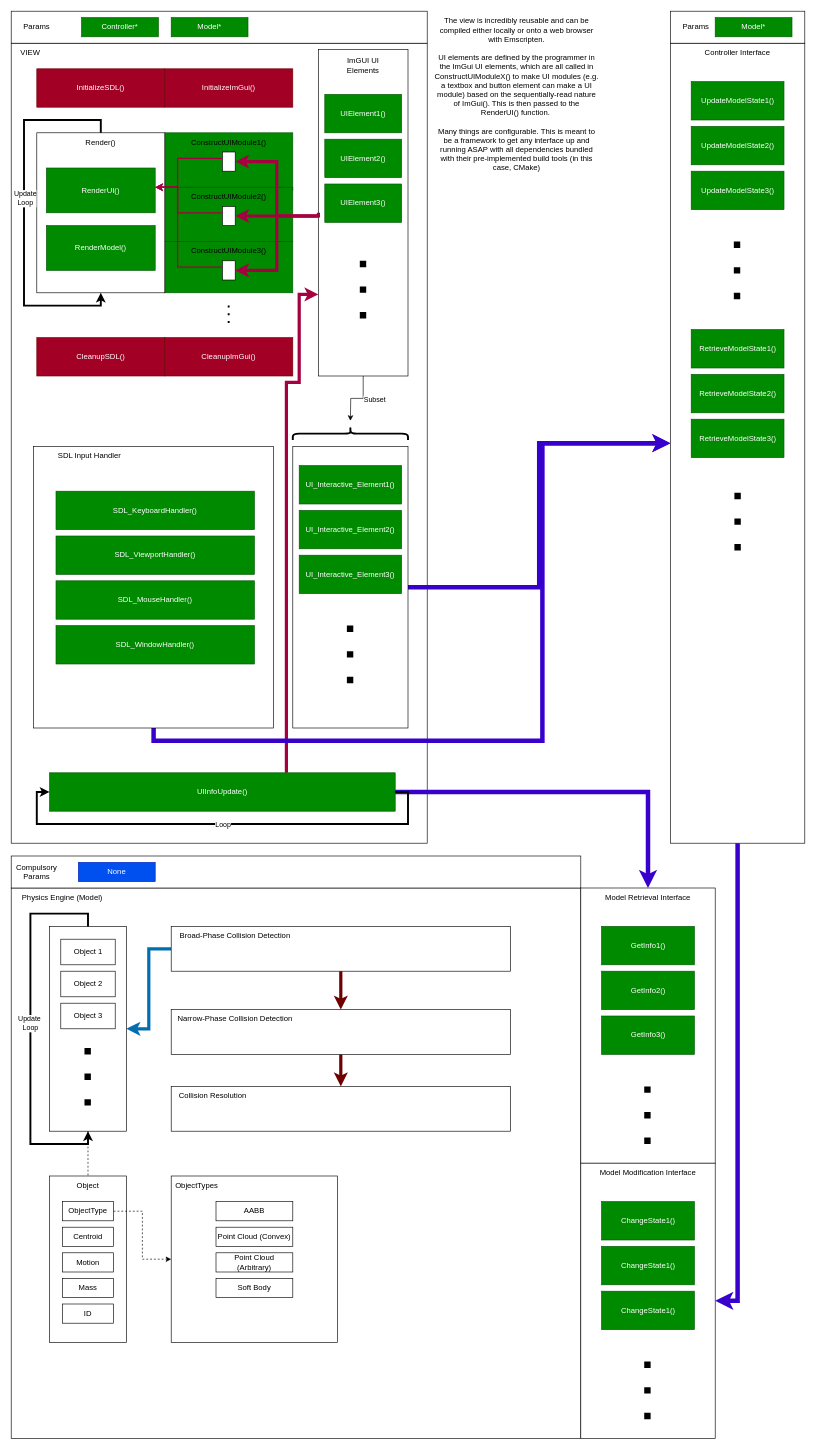
Before: documentation/Architectural Diagrams/MVC Overall Architecture.drawio in Argyraspides/Telos, a draw.io diagram. Source tidied: cells renumbered, new cells numbered last; positions are measured from the earlier drawing's top-left corner, leaving out a move shared by most shapes. Both pictures are drawn from the tidied source at 64%, with x=0, y=0 at pixel (11, 11).
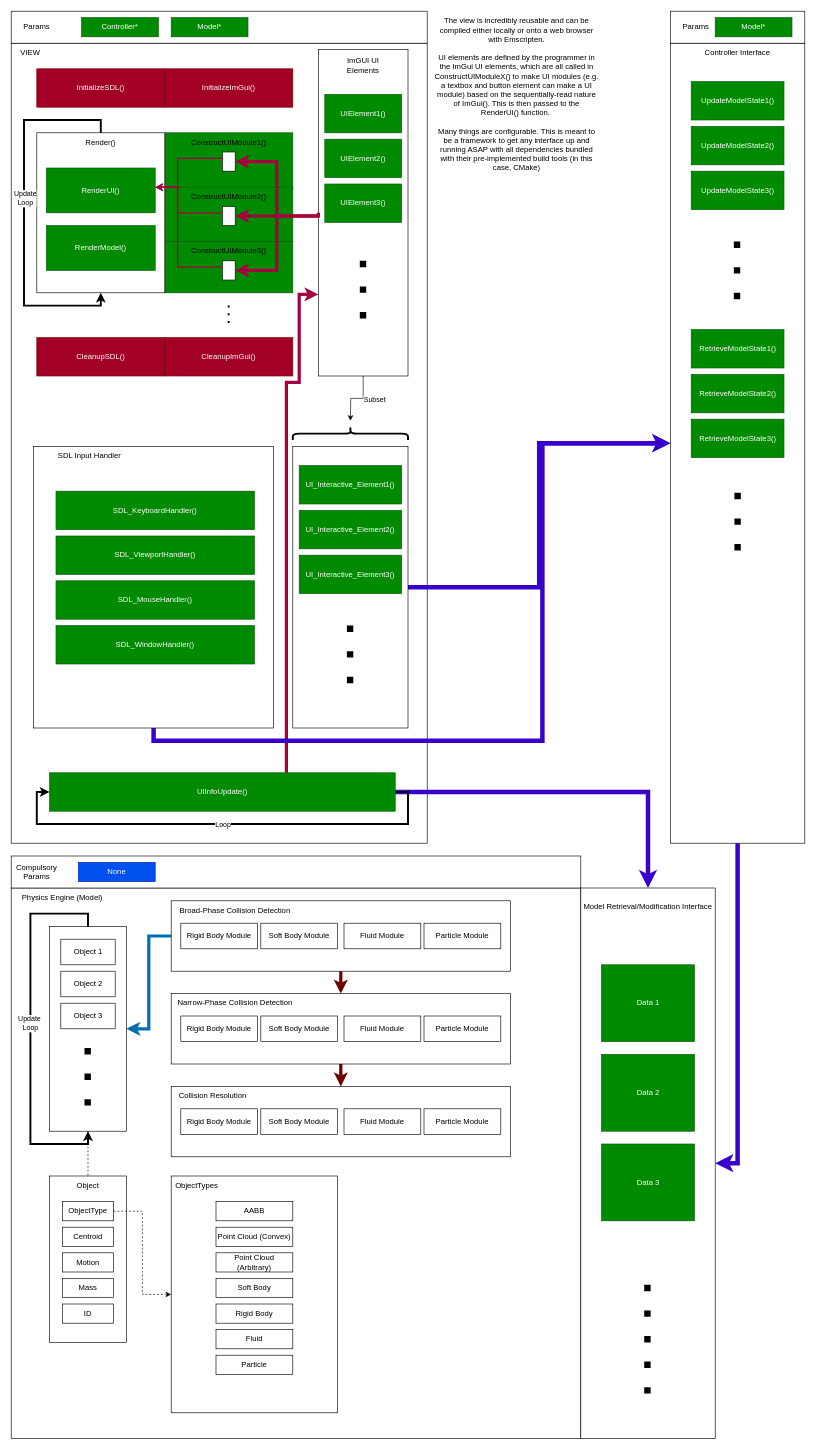
The same diagram, later.

Commit message (it also covers changes not shown here):
Modified engine architecture diagram

The change refers to these unchanged cells:
```xml
<mxCell id="49" style="rounded=0;whiteSpace=wrap;html=1;" parent="48" vertex="1">
  <mxGeometry width="210" height="1250" as="geometry" />
</mxCell>
```

Diff of the diagram source:
```diff
@@
-    <mxCell id="65" style="edgeStyle=orthogonalEdgeStyle;rounded=0;jettySize=auto;html=1;exitX=0.5;exitY=1;exitDx=0;exitDy=0;entryX=1;entryY=0.5;entryDx=0;entryDy=0;strokeWidth=7;fillColor=#6a00ff;strokeColor=#3700CC;" parent="1" edge="1" source="49" target="79">
-      <mxGeometry relative="1" as="geometry" />
-    </mxCell>
@@
     <mxCell id="71" style="group;" parent="1" vertex="1">
-      <mxGeometry x="890" y="1370" width="210" height="430" as="geometry" />
+      <mxGeometry x="890" y="1370" width="210" height="860" as="geometry" />
     </mxCell>
     <mxCell id="72" style="rounded=0;whiteSpace=wrap;html=1;" parent="71" vertex="1">
-      <mxGeometry width="210" height="430" as="geometry" />
+      <mxGeometry width="210" height="860" as="geometry" />
     </mxCell>
-    <mxCell id="73" value="Model Retrieval Interface" style="text;html=1;strokeColor=none;fillColor=none;align=center;verticalAlign=middle;whiteSpace=wrap;rounded=0;" parent="71" vertex="1">
-      <mxGeometry width="210" height="30" as="geometry" />
+    <mxCell id="73" value="Model Retrieval/Modification Interface" style="text;html=1;strokeColor=none;fillColor=none;align=center;verticalAlign=middle;whiteSpace=wrap;rounded=0;" parent="71" vertex="1">
+      <mxGeometry width="210" height="60" as="geometry" />
     </mxCell>
-    <mxCell id="74" value="GetInfo1()" style="rounded=0;whiteSpace=wrap;html=1;fillColor=#008a00;fontColor=#ffffff;strokeColor=#005700;" parent="71" vertex="1">
-      <mxGeometry x="32.5" y="60" width="145" height="60" as="geometry" />
+    <mxCell id="74" value="Data 1" style="rounded=0;whiteSpace=wrap;html=1;fillColor=#008a00;fontColor=#ffffff;strokeColor=#005700;" parent="71" vertex="1">
+      <mxGeometry x="32.5" y="120" width="145" height="120" as="geometry" />
     </mxCell>
     <mxCell id="75" style="endArrow=none;dashed=1;html=1;dashPattern=1 3;strokeWidth=10;rounded=0;" parent="71" edge="1">
       <mxGeometry relative="1" as="geometry">
-        <mxPoint x="104.1" y="310" as="sourcePoint" />
-        <mxPoint x="104.1" y="410" as="targetPoint" />
+        <mxPoint x="104.1" y="620" as="sourcePoint" />
+        <mxPoint x="104.1" y="820" as="targetPoint" />
       </mxGeometry>
     </mxCell>
-    <mxCell id="76" value="GetInfo2()" style="rounded=0;whiteSpace=wrap;html=1;fillColor=#008a00;fontColor=#ffffff;strokeColor=#005700;" parent="71" vertex="1">
-      <mxGeometry x="32.5" y="130" width="145" height="60" as="geometry" />
+    <mxCell id="76" value="Data 2" style="rounded=0;whiteSpace=wrap;html=1;fillColor=#008a00;fontColor=#ffffff;strokeColor=#005700;" parent="71" vertex="1">
+      <mxGeometry x="32.5" y="260" width="145" height="120" as="geometry" />
     </mxCell>
-    <mxCell id="77" value="GetInfo3()" style="rounded=0;whiteSpace=wrap;html=1;fillColor=#008a00;fontColor=#ffffff;strokeColor=#005700;" parent="71" vertex="1">
-      <mxGeometry x="32.5" y="200" width="145" height="60" as="geometry" />
+    <mxCell id="77" value="Data 3" style="rounded=0;whiteSpace=wrap;html=1;fillColor=#008a00;fontColor=#ffffff;strokeColor=#005700;" parent="71" vertex="1">
+      <mxGeometry x="32.5" y="400" width="145" height="120" as="geometry" />
     </mxCell>
-    <mxCell id="78" style="group;" parent="1" vertex="1">
-      <mxGeometry x="890" y="1800" width="210" height="430" as="geometry" />
-    </mxCell>
-    <mxCell id="79" style="rounded=0;whiteSpace=wrap;html=1;" parent="78" vertex="1">
-      <mxGeometry width="210" height="430" as="geometry" />
-    </mxCell>
-    <mxCell id="80" value="Model Modification Interface" style="text;html=1;strokeColor=none;fillColor=none;align=center;verticalAlign=middle;whiteSpace=wrap;rounded=0;" parent="78" vertex="1">
-      <mxGeometry width="210" height="30" as="geometry" />
-    </mxCell>
-    <mxCell id="81" value="ChangeState1()" style="rounded=0;whiteSpace=wrap;html=1;fillColor=#008a00;fontColor=#ffffff;strokeColor=#005700;" parent="78" vertex="1">
-      <mxGeometry x="32.5" y="60" width="145" height="60" as="geometry" />
-    </mxCell>
-    <mxCell id="82" style="endArrow=none;dashed=1;html=1;dashPattern=1 3;strokeWidth=10;rounded=0;" parent="78" edge="1">
-      <mxGeometry relative="1" as="geometry">
-        <mxPoint x="104.1" y="310" as="sourcePoint" />
-        <mxPoint x="104.1" y="410" as="targetPoint" />
-      </mxGeometry>
-    </mxCell>
-    <mxCell id="83" value="ChangeState1()" style="rounded=0;whiteSpace=wrap;html=1;fillColor=#008a00;fontColor=#ffffff;strokeColor=#005700;" parent="78" vertex="1">
-      <mxGeometry x="32.5" y="130" width="145" height="60" as="geometry" />
-    </mxCell>
-    <mxCell id="84" value="ChangeState1()" style="rounded=0;whiteSpace=wrap;html=1;fillColor=#008a00;fontColor=#ffffff;strokeColor=#005700;" parent="78" vertex="1">
-      <mxGeometry x="32.5" y="200" width="145" height="60" as="geometry" />
-    </mxCell>
@@
     <mxCell id="87" style="rounded=0;whiteSpace=wrap;html=1;" parent="1" vertex="1">
-      <mxGeometry x="250" y="1430" width="530" height="70" as="geometry" />
+      <mxGeometry x="250" y="1390" width="530" height="110" as="geometry" />
     </mxCell>
     <mxCell id="88" value="Broad-Phase Collision Detection" style="text;html=1;strokeColor=none;fillColor=none;align=center;verticalAlign=middle;whiteSpace=wrap;rounded=0;" parent="1" vertex="1">
-      <mxGeometry x="250" y="1430" width="200" height="30" as="geometry" />
+      <mxGeometry x="250" y="1390" width="200" height="30" as="geometry" />
     </mxCell>
@@
     <mxCell id="90" style="rounded=0;whiteSpace=wrap;html=1;" parent="1" vertex="1">
-      <mxGeometry x="250" y="1560" width="530" height="70" as="geometry" />
+      <mxGeometry x="250" y="1535" width="530" height="110" as="geometry" />
     </mxCell>
     <mxCell id="91" value="Narrow-Phase Collision Detection" style="text;html=1;strokeColor=none;fillColor=none;align=center;verticalAlign=middle;whiteSpace=wrap;rounded=0;" parent="1" vertex="1">
-      <mxGeometry x="250" y="1560" width="200" height="30" as="geometry" />
+      <mxGeometry x="250" y="1535" width="200" height="30" as="geometry" />
     </mxCell>
@@
     <mxCell id="108" style="rounded=0;whiteSpace=wrap;html=1;" parent="1" vertex="1">
-      <mxGeometry x="250" y="1680" width="530" height="70" as="geometry" />
+      <mxGeometry x="250" y="1680" width="530" height="110" as="geometry" />
     </mxCell>
@@
     <mxCell id="110" style="rounded=0;whiteSpace=wrap;html=1;" parent="1" vertex="1">
-      <mxGeometry x="250" y="1820" width="260" height="260" as="geometry" />
+      <mxGeometry x="250" y="1820" width="260" height="370" as="geometry" />
     </mxCell>
@@
+    <mxCell id="131" value="Rigid Body Module" style="rounded=0;whiteSpace=wrap;html=1;" parent="1" vertex="1">
+      <mxGeometry x="265" y="1425" width="120" height="40" as="geometry" />
+    </mxCell>
+    <mxCell id="132" value="Soft Body Module" style="rounded=0;whiteSpace=wrap;html=1;" parent="1" vertex="1">
+      <mxGeometry x="390" y="1425" width="120" height="40" as="geometry" />
+    </mxCell>
+    <mxCell id="133" value="Fluid Module" style="rounded=0;whiteSpace=wrap;html=1;" parent="1" vertex="1">
+      <mxGeometry x="520" y="1425" width="120" height="40" as="geometry" />
+    </mxCell>
+    <mxCell id="134" value="Particle Module" style="rounded=0;whiteSpace=wrap;html=1;" parent="1" vertex="1">
+      <mxGeometry x="645" y="1425" width="120" height="40" as="geometry" />
+    </mxCell>
+    <mxCell id="135" value="Rigid Body Module" style="rounded=0;whiteSpace=wrap;html=1;" parent="1" vertex="1">
+      <mxGeometry x="265" y="1570" width="120" height="40" as="geometry" />
+    </mxCell>
+    <mxCell id="136" value="Soft Body Module" style="rounded=0;whiteSpace=wrap;html=1;" parent="1" vertex="1">
+      <mxGeometry x="390" y="1570" width="120" height="40" as="geometry" />
+    </mxCell>
+    <mxCell id="137" value="Fluid Module" style="rounded=0;whiteSpace=wrap;html=1;" parent="1" vertex="1">
+      <mxGeometry x="520" y="1570" width="120" height="40" as="geometry" />
+    </mxCell>
+    <mxCell id="138" value="Particle Module" style="rounded=0;whiteSpace=wrap;html=1;" parent="1" vertex="1">
+      <mxGeometry x="645" y="1570" width="120" height="40" as="geometry" />
+    </mxCell>
+    <mxCell id="139" value="Rigid Body Module" style="rounded=0;whiteSpace=wrap;html=1;" parent="1" vertex="1">
+      <mxGeometry x="265" y="1715" width="120" height="40" as="geometry" />
+    </mxCell>
+    <mxCell id="140" value="Soft Body Module" style="rounded=0;whiteSpace=wrap;html=1;" parent="1" vertex="1">
+      <mxGeometry x="390" y="1715" width="120" height="40" as="geometry" />
+    </mxCell>
+    <mxCell id="141" value="Fluid Module" style="rounded=0;whiteSpace=wrap;html=1;" parent="1" vertex="1">
+      <mxGeometry x="520" y="1715" width="120" height="40" as="geometry" />
+    </mxCell>
+    <mxCell id="142" value="Particle Module" style="rounded=0;whiteSpace=wrap;html=1;" parent="1" vertex="1">
+      <mxGeometry x="645" y="1715" width="120" height="40" as="geometry" />
+    </mxCell>
+    <mxCell id="143" value="Rigid Body" style="rounded=0;whiteSpace=wrap;html=1;" parent="1" vertex="1">
+      <mxGeometry x="320" y="2020" width="120" height="30" as="geometry" />
+    </mxCell>
+    <mxCell id="144" value="Fluid" style="rounded=0;whiteSpace=wrap;html=1;" parent="1" vertex="1">
+      <mxGeometry x="320" y="2060" width="120" height="30" as="geometry" />
+    </mxCell>
+    <mxCell id="145" value="Particle" style="rounded=0;whiteSpace=wrap;html=1;" parent="1" vertex="1">
+      <mxGeometry x="320" y="2100" width="120" height="30" as="geometry" />
+    </mxCell>
+    <mxCell id="146" style="edgeStyle=orthogonalEdgeStyle;rounded=0;jettySize=auto;html=1;exitX=0.5;exitY=1;exitDx=0;exitDy=0;entryX=1;entryY=0.5;entryDx=0;entryDy=0;strokeWidth=7;fillColor=#6a00ff;strokeColor=#3700CC;" parent="1" edge="1" source="49" target="72">
+      <mxGeometry relative="1" as="geometry" />
+    </mxCell>
```
